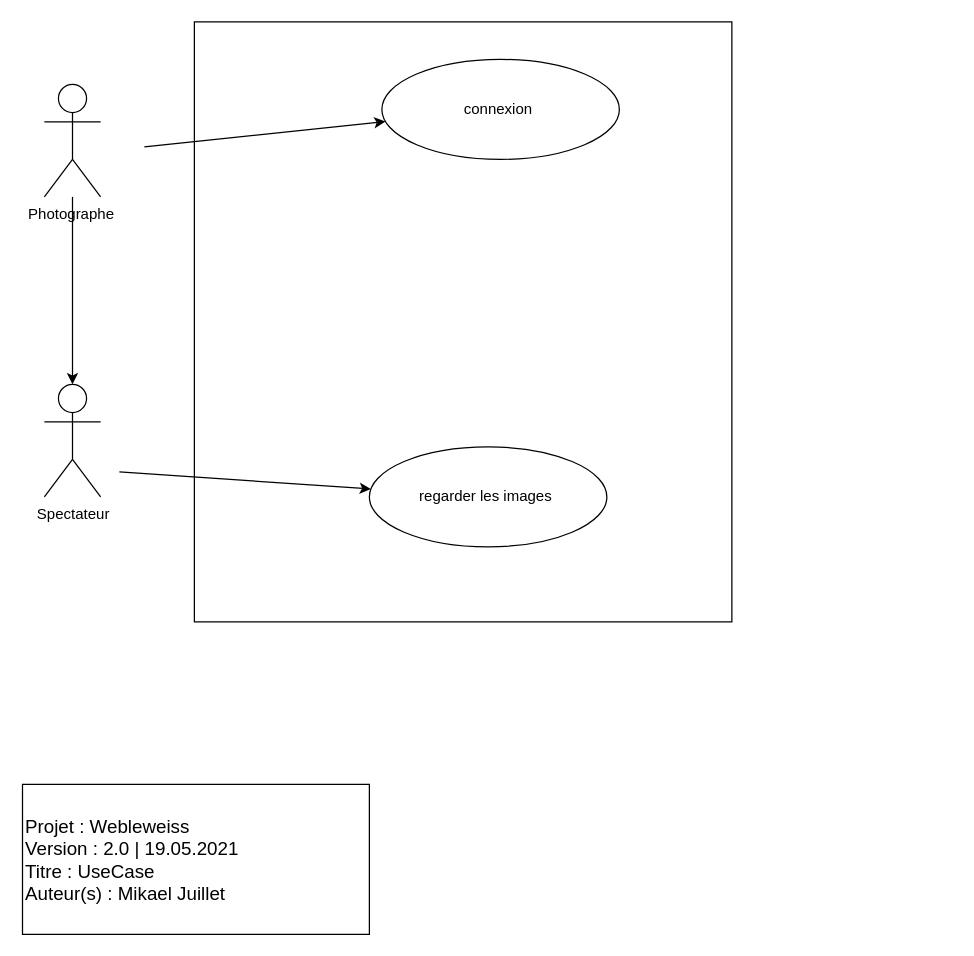
Earlier version of the draw.io diagram Documentation/UseCase/UseCase.drawio (NicolasGlassey/PROJWEB_WEBELWEISS). Source tidied: cells renumbered, new cells numbered last; positions are measured from the earlier drawing's top-left corner, leaving out a move shared by most shapes. Both pictures are drawn from the tidied source at 125%, with x=0, y=0 at pixel (21, 21).
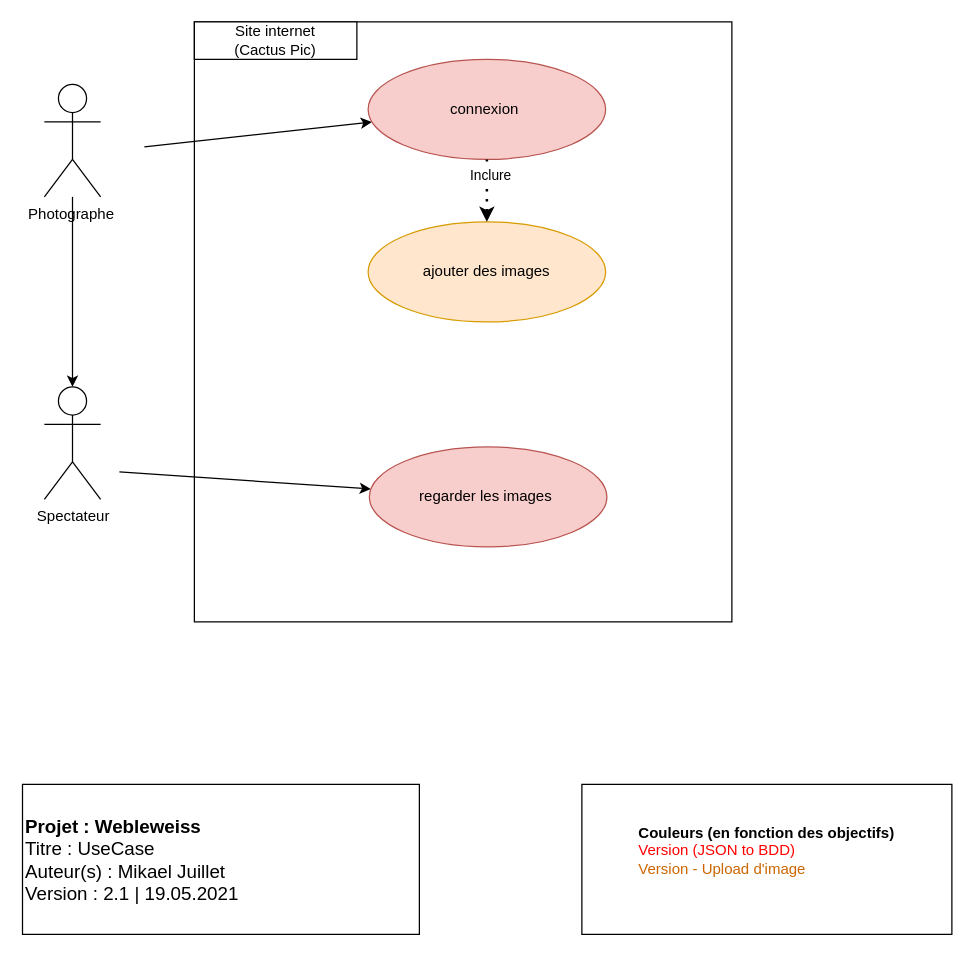
The same diagram, later.

Commit message:
Ajout d'un UseCase pévu pour le sprint suivant

Change to the diagram source:
```diff
@@
 <mxGraphModel>
   <root>
     <mxCell id="0" />
     <mxCell id="1" parent="0" />
+    <mxCell id="10" style="rounded=0;whiteSpace=wrap;html=1;fillColor=none;align=left;" parent="1" vertex="1">
+      <mxGeometry x="138" width="430" height="480" as="geometry" />
+    </mxCell>
     <mxCell id="2" style="edgeStyle=orthogonalEdgeStyle;rounded=0;jettySize=auto;html=1;" parent="1" edge="1" source="3" target="4">
       <mxGeometry relative="1" as="geometry" />
     </mxCell>
     <mxCell id="3" value="Photographe&amp;nbsp;" style="shape=umlActor;verticalLabelPosition=bottom;verticalAlign=top;html=1;outlineConnect=0;" parent="1" vertex="1">
       <mxGeometry x="18" y="50" width="45" height="90" as="geometry" />
     </mxCell>
     <mxCell id="4" value="Spectateur" style="shape=umlActor;verticalLabelPosition=bottom;verticalAlign=top;html=1;outlineConnect=0;" parent="1" vertex="1">
-      <mxGeometry x="18" y="290" width="45" height="90" as="geometry" />
+      <mxGeometry x="18" y="292" width="45" height="90" as="geometry" />
     </mxCell>
     <mxCell id="5" style="endArrow=classic;html=1;" parent="1" edge="1" target="6">
       <mxGeometry relative="1" as="geometry">
         <mxPoint x="78" y="360" as="sourcePoint" />
       </mxGeometry>
     </mxCell>
-    <mxCell id="6" value="regarder les images&amp;nbsp;" style="ellipse;whiteSpace=wrap;html=1;" parent="1" vertex="1">
+    <mxCell id="6" value="regarder les images&amp;nbsp;" style="ellipse;whiteSpace=wrap;html=1;fillColor=#f8cecc;strokeColor=#b85450;" parent="1" vertex="1">
       <mxGeometry x="278" y="340" width="190" height="80" as="geometry" />
     </mxCell>
     <mxCell id="7" style="endArrow=classic;html=1;" parent="1" edge="1" target="8">
       <mxGeometry relative="1" as="geometry">
         <mxPoint x="98" y="100" as="sourcePoint" />
       </mxGeometry>
     </mxCell>
-    <mxCell id="8" value="connexion&amp;nbsp;" style="ellipse;whiteSpace=wrap;html=1;" parent="1" vertex="1">
-      <mxGeometry x="288" y="30" width="190" height="80" as="geometry" />
+    <mxCell id="8" value="connexion&amp;nbsp;" style="ellipse;whiteSpace=wrap;html=1;fillColor=#f8cecc;strokeColor=#b85450;" parent="1" vertex="1">
+      <mxGeometry x="277" y="30" width="190" height="80" as="geometry" />
     </mxCell>
-    <mxCell id="9" value="&lt;div style=&quot;font-size: 15px&quot;&gt;Projet : Webleweiss&lt;/div&gt;&lt;div style=&quot;font-size: 15px&quot;&gt;Version : 2.0 | 19.05.2021&lt;/div&gt;&lt;div style=&quot;font-size: 15px&quot;&gt;Titre : UseCase&lt;/div&gt;&lt;div style=&quot;font-size: 15px&quot;&gt;Auteur(s) : Mikael Juillet&amp;nbsp;&lt;/div&gt;" style="rounded=0;whiteSpace=wrap;html=1;align=left;" parent="1" vertex="1">
-      <mxGeometry x="0.5" y="610" width="277.5" height="120" as="geometry" />
+    <mxCell id="9" value="&lt;div style=&quot;font-size: 15px&quot;&gt;&lt;b&gt;Projet : Webleweiss&lt;/b&gt;&lt;/div&gt;&lt;div style=&quot;font-size: 15px&quot;&gt;Titre : UseCase&lt;/div&gt;&lt;div style=&quot;font-size: 15px&quot;&gt;Auteur(s) : Mikael Juillet&lt;/div&gt;&lt;span style=&quot;font-size: 15px&quot;&gt;Version : 2.1 | 19.05.2021&lt;br&gt;&lt;/span&gt;" style="rounded=0;whiteSpace=wrap;html=1;align=left;" parent="1" vertex="1">
+      <mxGeometry x="0.5" y="610" width="317.5" height="120" as="geometry" />
     </mxCell>
-    <mxCell id="10" style="rounded=0;whiteSpace=wrap;html=1;fillColor=none;" parent="1" vertex="1">
-      <mxGeometry x="138" width="430" height="480" as="geometry" />
-    </mxCell>
+    <mxCell id="11" value="&lt;b&gt;Couleurs (en fonction des objectifs)&lt;/b&gt;&lt;br&gt;&lt;div style=&quot;text-align: left&quot;&gt;&lt;font color=&quot;#ff0000&quot;&gt;Version (JSON to BDD)&lt;/font&gt;&lt;/div&gt;&lt;div style=&quot;text-align: left&quot;&gt;&lt;font color=&quot;#cc6600&quot;&gt;Version - Upload d'image&lt;/font&gt;&lt;/div&gt;&lt;div style=&quot;text-align: left&quot;&gt;&lt;br&gt;&lt;/div&gt;" style="rounded=0;whiteSpace=wrap;html=1;" parent="1" vertex="1">
+      <mxGeometry x="448" y="610" width="296" height="120" as="geometry" />
+    </mxCell>
+    <mxCell id="12" value="ajouter des images" style="ellipse;whiteSpace=wrap;html=1;fillColor=#ffe6cc;strokeColor=#d79b00;" parent="1" vertex="1">
+      <mxGeometry x="277" y="160" width="190" height="80" as="geometry" />
+    </mxCell>
+    <mxCell id="13" style="endArrow=none;dashed=1;html=1;dashPattern=1 3;strokeWidth=2;startArrow=classic;startFill=1;entryX=0.5;entryY=1;entryDx=0;entryDy=0;exitX=0.5;exitY=0;exitDx=0;exitDy=0;" parent="1" edge="1" source="12" target="8">
+      <mxGeometry relative="1" as="geometry" />
+    </mxCell>
+    <mxCell id="14" value="Inclure" style="edgeLabel;html=1;align=center;verticalAlign=middle;" parent="13" vertex="1">
+      <mxGeometry x="0.5" y="-2" relative="1" as="geometry" />
+    </mxCell>
+    <mxCell id="15" value="Site internet &lt;br&gt;(Cactus Pic)" style="rounded=0;whiteSpace=wrap;html=1;" parent="1" vertex="1">
+      <mxGeometry x="138" width="130" height="30" as="geometry" />
+    </mxCell>
   </root>
 </mxGraphModel>
```
